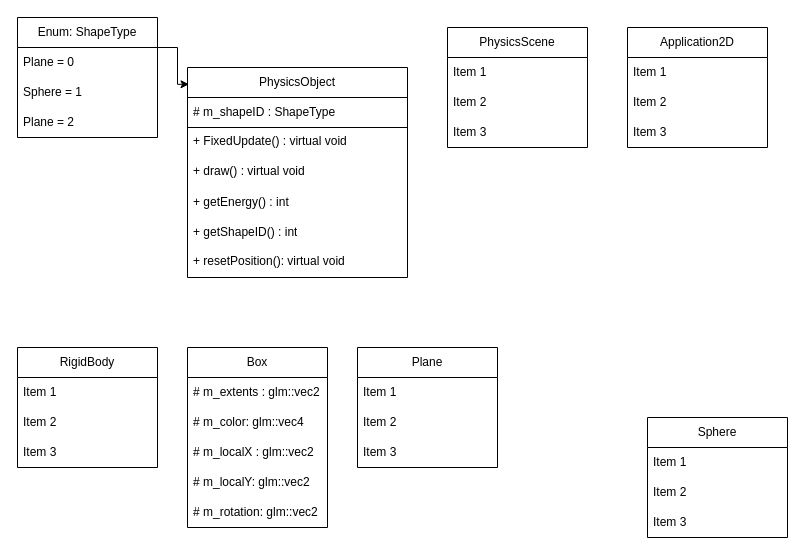
The draw.io diagram Untitled Diagram.drawio in HeMan-Sigmar/aieBootstrap, before the edit. Source tidied: cells renumbered, new cells numbered last; positions are measured from the earlier drawing's top-left corner, leaving out a move shared by most shapes. Both pictures are drawn from the tidied source at 100%, with x=0, y=0 at pixel (17, 17).
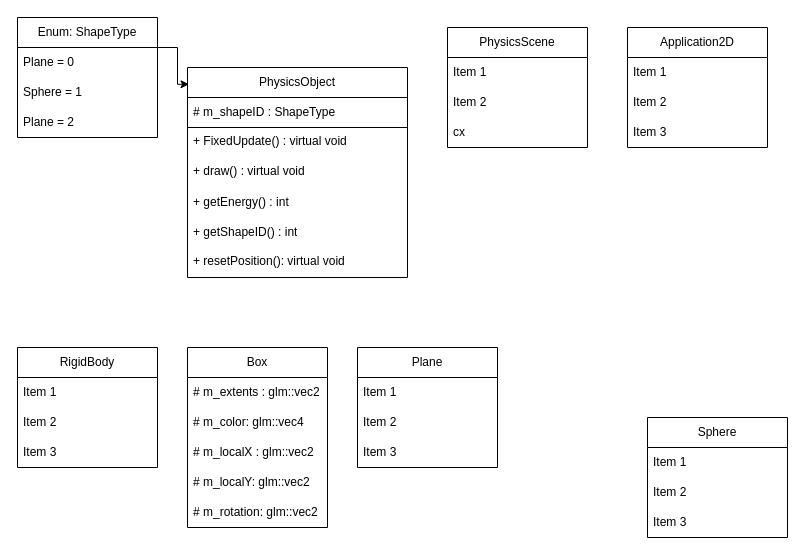
After the change.

Commit message:
Physics Engine class

The change refers to these unchanged cells:
```xml
<mxCell id="2" value="PhysicsScene" style="swimlane;fontStyle=0;horizontal=1;startSize=30;whiteSpace=wrap;html=1;" parent="1" vertex="1">
  <mxGeometry x="430" y="10" width="140" height="120" as="geometry" />
</mxCell>
```

Diff of the diagram source:
```diff
@@
-    <mxCell id="5" value="Item 3" style="text;strokeColor=none;fillColor=none;align=left;verticalAlign=middle;spacingLeft=4;spacingRight=4;overflow=hidden;whiteSpace=wrap;html=1;" parent="2" vertex="1">
+    <mxCell id="5" value="cx" style="text;strokeColor=none;fillColor=none;align=left;verticalAlign=middle;spacingLeft=4;spacingRight=4;overflow=hidden;whiteSpace=wrap;html=1;" parent="2" vertex="1">
       <mxGeometry y="90" width="140" height="30" as="geometry" />
     </mxCell>
```
